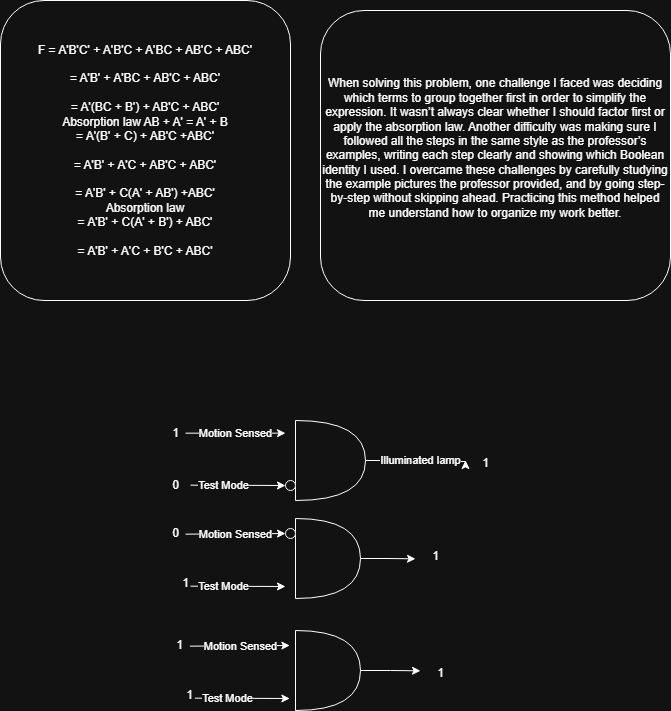
Before: Boolean_algebra_Activity.md.drawio.png, a diagram exported from draw.io (TheDifferenze/hello-world). Source tidied: cells renumbered, new cells last; positions are measured from the earlier drawing's top-left corner, leaving out a move shared by most shapes. Source of this version:
```xml
<mxGraphModel>
  <root>
    <mxCell id="0" />
    <mxCell id="1" parent="0" />
    <mxCell id="2" value="F = A'B'C' + A'B'C + A'BC + AB'C + ABC'&lt;div&gt;&lt;br&gt;&lt;/div&gt;&lt;div&gt;= A'B' + A'BC + AB'C + ABC'&lt;br&gt;&lt;/div&gt;&lt;div&gt;&lt;br&gt;&lt;/div&gt;&lt;div&gt;= A'(BC + B') + AB'C + ABC'&lt;/div&gt;&lt;div&gt;Absorption law AB + A' = A' + B&lt;/div&gt;&lt;div&gt;= A'(B' + C) + AB'C +ABC'&lt;/div&gt;&lt;div&gt;&lt;br&gt;&lt;/div&gt;&lt;div&gt;= A'B' + A'C + AB'C + ABC'&lt;/div&gt;&lt;div&gt;&lt;br&gt;&lt;/div&gt;&lt;div&gt;= A'B' + C(A' + AB') +ABC'&lt;/div&gt;&lt;div&gt;Absorption law&lt;/div&gt;&lt;div&gt;= A'B' + C(A' + B') + ABC'&lt;/div&gt;&lt;div&gt;&lt;br&gt;&lt;/div&gt;&lt;div&gt;= A'B' + A'C + B'C + ABC'&lt;/div&gt;" style="rounded=1;whiteSpace=wrap;html=1;" parent="1" vertex="1">
      <mxGeometry width="290" height="300" as="geometry" />
    </mxCell>
    <mxCell id="3" value="&#10;When solving this problem, one challenge I faced was deciding which terms to group together first in order to simplify the expression. It wasn’t always clear whether I should factor first or apply the absorption law. Another difficulty was making sure I followed all the steps in the same style as the professor’s examples, writing each step clearly and showing which Boolean identity I used. I overcame these challenges by carefully studying the example pictures the professor provided, and by going step-by-step without skipping ahead. Practicing this method helped me understand how to organize my work better.&#10;&#10;" style="rounded=1;whiteSpace=wrap;html=1;" parent="1" vertex="1">
      <mxGeometry x="320" y="10" width="350" height="290" as="geometry" />
    </mxCell>
    <mxCell id="4" style="edgeStyle=orthogonalEdgeStyle;rounded=0;jettySize=auto;html=1;" parent="1" edge="1" source="6">
      <mxGeometry relative="1" as="geometry">
        <mxPoint x="465" y="460" as="targetPoint" />
        <Array as="points">
          <mxPoint x="415" y="460" />
          <mxPoint x="415" y="461" />
          <mxPoint x="465" y="461" />
        </Array>
      </mxGeometry>
    </mxCell>
    <mxCell id="5" value="Illuminated lamp" style="edgeLabel;html=1;align=center;verticalAlign=middle;" parent="4" vertex="1">
      <mxGeometry x="0.1" y="1" relative="1" as="geometry" />
    </mxCell>
    <mxCell id="6" style="shape=or;whiteSpace=wrap;html=1;" parent="1" vertex="1">
      <mxGeometry x="295" y="420" width="70" height="80" as="geometry" />
    </mxCell>
    <mxCell id="7" style="edgeStyle=orthogonalEdgeStyle;rounded=0;jettySize=auto;html=1;exitX=1;exitY=0.5;exitDx=0;exitDy=0;exitPerimeter=0;" parent="1" edge="1" source="8">
      <mxGeometry relative="1" as="geometry">
        <mxPoint x="420" y="670.3" as="targetPoint" />
      </mxGeometry>
    </mxCell>
    <mxCell id="8" style="shape=or;whiteSpace=wrap;html=1;" parent="1" vertex="1">
      <mxGeometry x="295" y="630" width="65" height="80" as="geometry" />
    </mxCell>
    <mxCell id="9" style="endArrow=classic;html=1;rounded=0;" parent="1" edge="1">
      <mxGeometry relative="1" as="geometry">
        <mxPoint x="185" y="432.7" as="sourcePoint" />
        <mxPoint x="285" y="432.7" as="targetPoint" />
      </mxGeometry>
    </mxCell>
    <mxCell id="10" value="Motion Sensed" style="edgeLabel;html=1;align=center;verticalAlign=middle;" parent="9" vertex="1">
      <mxGeometry relative="1" as="geometry" />
    </mxCell>
    <mxCell id="11" style="endArrow=classic;html=1;rounded=0;" parent="1" edge="1" source="16">
      <mxGeometry relative="1" as="geometry">
        <mxPoint x="290" y="484.7" as="targetPoint" />
      </mxGeometry>
    </mxCell>
    <mxCell id="12" value="1" style="text;html=1;align=center;verticalAlign=middle;strokeColor=none;fillColor=none;" parent="1" vertex="1">
      <mxGeometry x="160" y="418" width="30" height="30" as="geometry" />
    </mxCell>
    <mxCell id="13" value="0" style="text;html=1;align=center;verticalAlign=middle;strokeColor=none;fillColor=none;" parent="1" vertex="1">
      <mxGeometry x="160" y="470" width="30" height="30" as="geometry" />
    </mxCell>
    <mxCell id="14" style="endArrow=classic;html=1;rounded=0;" parent="1" edge="1" target="16">
      <mxGeometry relative="1" as="geometry">
        <mxPoint x="190" y="484.7" as="sourcePoint" />
      </mxGeometry>
    </mxCell>
    <mxCell id="15" value="Test Mode" style="edgeLabel;html=1;align=center;verticalAlign=middle;" parent="14" vertex="1">
      <mxGeometry relative="1" as="geometry">
        <mxPoint x="-15" as="offset" />
      </mxGeometry>
    </mxCell>
    <mxCell id="16" style="ellipse;whiteSpace=wrap;html=1;" parent="1" vertex="1">
      <mxGeometry x="285" y="480" width="10" height="10" as="geometry" />
    </mxCell>
    <mxCell id="17" value="1&lt;div&gt;&lt;br&gt;&lt;/div&gt;" style="text;html=1;align=center;verticalAlign=middle;strokeColor=none;fillColor=none;" parent="1" vertex="1">
      <mxGeometry x="470" y="450" width="30" height="40" as="geometry" />
    </mxCell>
    <mxCell id="18" style="endArrow=classic;html=1;rounded=0;" parent="1" edge="1" source="28">
      <mxGeometry relative="1" as="geometry">
        <mxPoint x="285" y="533.7" as="targetPoint" />
      </mxGeometry>
    </mxCell>
    <mxCell id="19" style="endArrow=classic;html=1;rounded=0;" parent="1" edge="1">
      <mxGeometry relative="1" as="geometry">
        <mxPoint x="290" y="586" as="sourcePoint" />
        <mxPoint x="290" y="585.7" as="targetPoint" />
      </mxGeometry>
    </mxCell>
    <mxCell id="20" style="endArrow=classic;html=1;rounded=0;" parent="1" edge="1">
      <mxGeometry relative="1" as="geometry">
        <mxPoint x="190" y="585.7" as="sourcePoint" />
        <mxPoint x="285" y="586" as="targetPoint" />
      </mxGeometry>
    </mxCell>
    <mxCell id="21" value="Test Mode" style="edgeLabel;html=1;align=center;verticalAlign=middle;" parent="20" vertex="1">
      <mxGeometry relative="1" as="geometry">
        <mxPoint x="-15" as="offset" />
      </mxGeometry>
    </mxCell>
    <mxCell id="22" value="1" style="text;html=1;align=center;verticalAlign=middle;strokeColor=none;fillColor=none;" parent="1" vertex="1">
      <mxGeometry x="170" y="568" width="30" height="30" as="geometry" />
    </mxCell>
    <mxCell id="23" value="0" style="text;html=1;align=center;verticalAlign=middle;strokeColor=none;fillColor=none;" parent="1" vertex="1">
      <mxGeometry x="160" y="518" width="30" height="30" as="geometry" />
    </mxCell>
    <mxCell id="24" style="edgeStyle=orthogonalEdgeStyle;rounded=0;jettySize=auto;html=1;exitX=1;exitY=0.5;exitDx=0;exitDy=0;exitPerimeter=0;" parent="1" edge="1" source="25">
      <mxGeometry relative="1" as="geometry">
        <mxPoint x="415" y="558.3" as="targetPoint" />
      </mxGeometry>
    </mxCell>
    <mxCell id="25" style="shape=or;whiteSpace=wrap;html=1;" parent="1" vertex="1">
      <mxGeometry x="295" y="518" width="65" height="80" as="geometry" />
    </mxCell>
    <mxCell id="26" style="endArrow=classic;html=1;rounded=0;" parent="1" edge="1" target="28">
      <mxGeometry relative="1" as="geometry">
        <mxPoint x="185" y="533.7" as="sourcePoint" />
      </mxGeometry>
    </mxCell>
    <mxCell id="27" value="Motion Sensed" style="edgeLabel;html=1;align=center;verticalAlign=middle;" parent="26" vertex="1">
      <mxGeometry relative="1" as="geometry" />
    </mxCell>
    <mxCell id="28" style="ellipse;whiteSpace=wrap;html=1;" parent="1" vertex="1">
      <mxGeometry x="285" y="528" width="10" height="10" as="geometry" />
    </mxCell>
    <mxCell id="29" value="1&lt;div&gt;&lt;br&gt;&lt;/div&gt;" style="text;html=1;align=center;verticalAlign=middle;strokeColor=none;fillColor=none;" parent="1" vertex="1">
      <mxGeometry x="420" y="543" width="30" height="40" as="geometry" />
    </mxCell>
    <mxCell id="30" style="endArrow=classic;html=1;rounded=0;" parent="1" edge="1">
      <mxGeometry relative="1" as="geometry">
        <mxPoint x="289.3" y="646" as="sourcePoint" />
        <mxPoint x="289.3" y="645.7" as="targetPoint" />
      </mxGeometry>
    </mxCell>
    <mxCell id="31" style="endArrow=classic;html=1;rounded=0;" parent="1" edge="1">
      <mxGeometry relative="1" as="geometry">
        <mxPoint x="294.3" y="698" as="sourcePoint" />
        <mxPoint x="294.3" y="697.7" as="targetPoint" />
      </mxGeometry>
    </mxCell>
    <mxCell id="32" style="endArrow=classic;html=1;rounded=0;" parent="1" edge="1">
      <mxGeometry relative="1" as="geometry">
        <mxPoint x="194.3" y="697.7" as="sourcePoint" />
        <mxPoint x="289.3" y="698" as="targetPoint" />
      </mxGeometry>
    </mxCell>
    <mxCell id="33" value="Test Mode" style="edgeLabel;html=1;align=center;verticalAlign=middle;" parent="32" vertex="1">
      <mxGeometry relative="1" as="geometry">
        <mxPoint x="-15" as="offset" />
      </mxGeometry>
    </mxCell>
    <mxCell id="34" value="1" style="text;html=1;align=center;verticalAlign=middle;strokeColor=none;fillColor=none;" parent="1" vertex="1">
      <mxGeometry x="174.3" y="680" width="30" height="30" as="geometry" />
    </mxCell>
    <mxCell id="35" value="1" style="text;html=1;align=center;verticalAlign=middle;strokeColor=none;fillColor=none;" parent="1" vertex="1">
      <mxGeometry x="164.3" y="630" width="30" height="30" as="geometry" />
    </mxCell>
    <mxCell id="36" style="endArrow=classic;html=1;rounded=0;" parent="1" edge="1">
      <mxGeometry relative="1" as="geometry">
        <mxPoint x="189.3" y="645.7" as="sourcePoint" />
        <mxPoint x="289.3" y="645" as="targetPoint" />
      </mxGeometry>
    </mxCell>
    <mxCell id="37" value="Motion Sensed" style="edgeLabel;html=1;align=center;verticalAlign=middle;" parent="36" vertex="1">
      <mxGeometry relative="1" as="geometry" />
    </mxCell>
    <mxCell id="38" value="1" style="text;html=1;align=center;verticalAlign=middle;strokeColor=none;fillColor=none;" parent="1" vertex="1">
      <mxGeometry x="425" y="658" width="30" height="30" as="geometry" />
    </mxCell>
  </root>
</mxGraphModel>
```
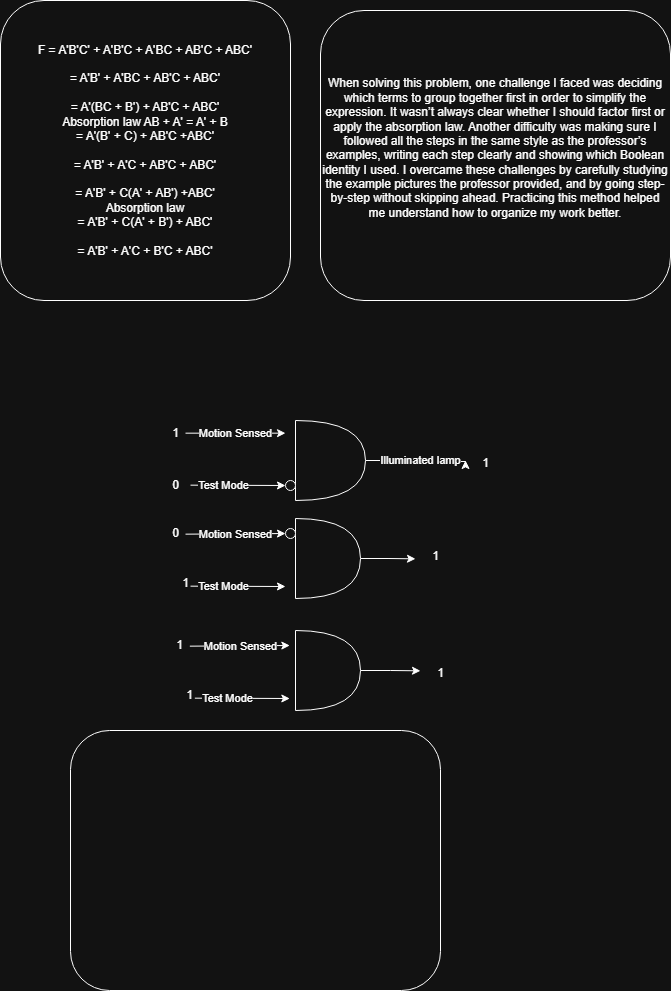
The same file after the commit.

Change to the diagram source:
```diff
@@ -159,5 +159,8 @@
     <mxCell id="38" value="1" style="text;html=1;align=center;verticalAlign=middle;strokeColor=none;fillColor=none;" parent="1" vertex="1">
       <mxGeometry x="425" y="658" width="30" height="30" as="geometry" />
     </mxCell>
+    <mxCell id="39" style="rounded=1;whiteSpace=wrap;html=1;" parent="1" vertex="1">
+      <mxGeometry x="70" y="730" width="370" height="260" as="geometry" />
+    </mxCell>
   </root>
 </mxGraphModel>
```
